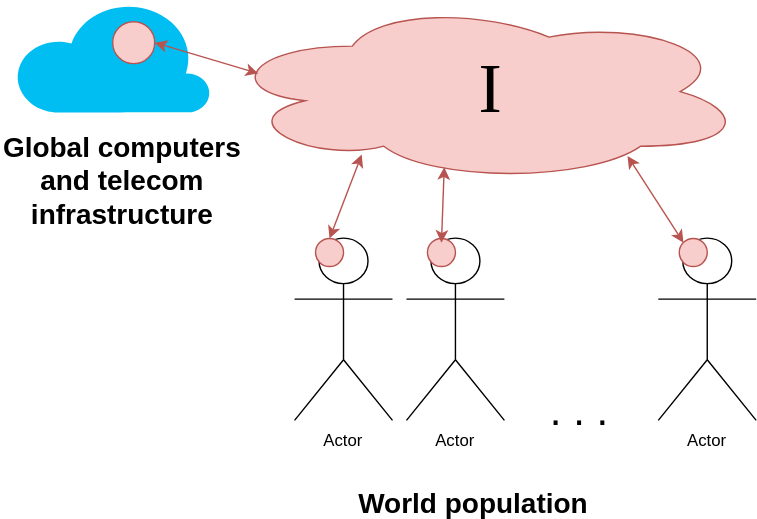
Above: I4Intelligence-I_Overview.svg in eduardopenag/eduardopenag.github.io (draw.io), before the change. Source tidied: cells renumbered, new cells last; positions are measured from the earlier drawing's top-left corner, leaving out a move shared by most shapes.
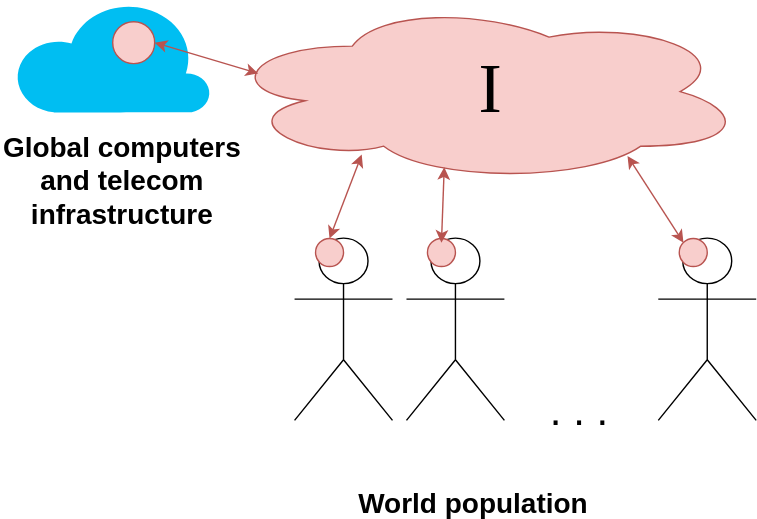
After the commit.

The edit, as a diff of the source:
```diff
@@ -5,7 +5,7 @@
     <mxCell id="2" style="ellipse;shape=cloud;whiteSpace=wrap;html=1;fillColor=#f8cecc;strokeColor=#b85450;" parent="1" vertex="1">
       <mxGeometry x="157.5" width="375" height="130" as="geometry" />
     </mxCell>
-    <mxCell id="3" value="Actor" style="shape=umlActor;verticalLabelPosition=bottom;labelBackgroundColor=#ffffff;verticalAlign=top;html=1;" parent="1" vertex="1">
+    <mxCell id="3" style="shape=umlActor;verticalLabelPosition=bottom;labelBackgroundColor=#ffffff;verticalAlign=top;html=1;" parent="1" vertex="1">
       <mxGeometry x="210" y="170" width="70" height="130" as="geometry" />
     </mxCell>
     <mxCell id="4" value="&lt;font style=&quot;font-size: 50px&quot; face=&quot;Garamond&quot;&gt;I&lt;/font&gt;" style="text;html=1;align=left;verticalAlign=top;spacingTop=-4;" parent="1" vertex="1">
@@ -14,13 +14,13 @@
     <mxCell id="5" style="ellipse;whiteSpace=wrap;html=1;fillColor=#f8cecc;strokeColor=#b85450;" parent="1" vertex="1">
       <mxGeometry x="225" y="170" width="20" height="20" as="geometry" />
     </mxCell>
-    <mxCell id="6" value="Actor" style="shape=umlActor;verticalLabelPosition=bottom;labelBackgroundColor=#ffffff;verticalAlign=top;html=1;outlineConnect=0;" parent="1" vertex="1">
+    <mxCell id="6" style="shape=umlActor;verticalLabelPosition=bottom;labelBackgroundColor=#ffffff;verticalAlign=top;html=1;outlineConnect=0;" parent="1" vertex="1">
       <mxGeometry x="290" y="170" width="70" height="130" as="geometry" />
     </mxCell>
     <mxCell id="7" style="ellipse;whiteSpace=wrap;html=1;fillColor=#f8cecc;strokeColor=#b85450;" parent="1" vertex="1">
       <mxGeometry x="305" y="170" width="20" height="20" as="geometry" />
     </mxCell>
-    <mxCell id="8" value="Actor" style="shape=umlActor;verticalLabelPosition=bottom;labelBackgroundColor=#ffffff;verticalAlign=top;html=1;" parent="1" vertex="1">
+    <mxCell id="8" style="shape=umlActor;verticalLabelPosition=bottom;labelBackgroundColor=#ffffff;verticalAlign=top;html=1;" parent="1" vertex="1">
       <mxGeometry x="470" y="170" width="70" height="130" as="geometry" />
     </mxCell>
     <mxCell id="9" style="ellipse;whiteSpace=wrap;html=1;fillColor=#f8cecc;strokeColor=#b85450;" parent="1" vertex="1">
```
